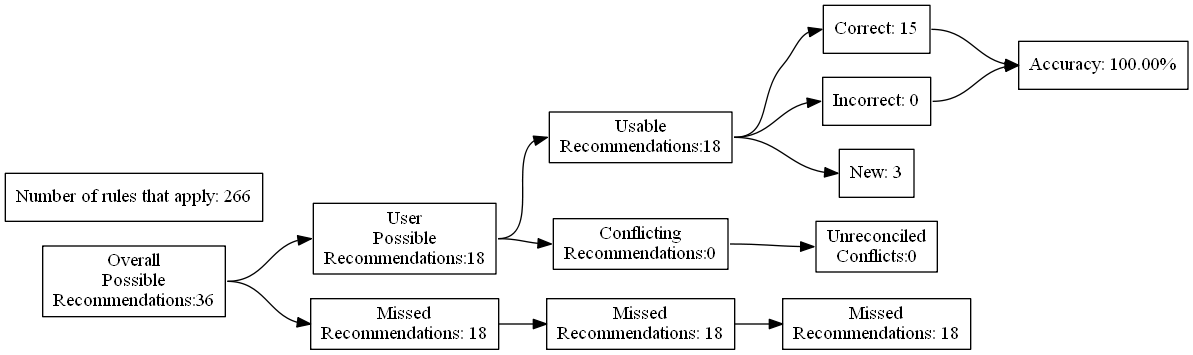
The Graphviz diagram test_renders/56.gv.png in ZaxR/ibd_diet_analysis, before a commit. Its source is kept beside it as test_renders/56.gv.
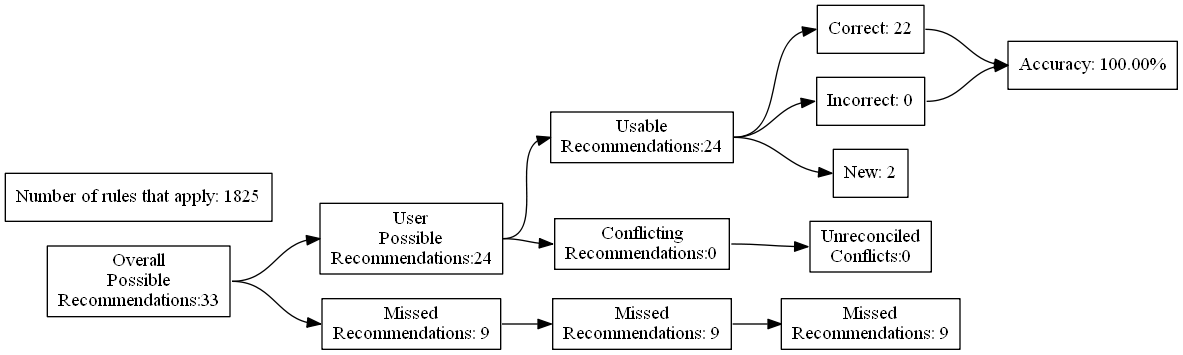
The same diagram one commit later.

Change to the diagram source:
```diff
@@ -4,27 +4,27 @@
 	edge [headport=w tailport=e]
 		A [label="Overall
 Possible
-Recommendations:36"]
+Recommendations:33"]
 		B [label="User
 Possible
-Recommendations:18"]
+Recommendations:24"]
 		C [label="Missed
-Recommendations: 18"]
+Recommendations: 9"]
 		D [label="Usable
-Recommendations:18"]
+Recommendations:24"]
 		E [label="Conflicting
 Recommendations:0"]
 		J [label="Missed
-Recommendations: 18"]
+Recommendations: 9"]
 		M [label="Unreconciled
 Conflicts:0"]
-		F [label="Correct: 15"]
+		F [label="Correct: 22"]
 		G [label="Incorrect: 0"]
-		H [label="New: 3"]
+		H [label="New: 2"]
 		K [label="Missed
-Recommendations: 18"]
+Recommendations: 9"]
 		I [label="Accuracy: 100.00%"]
-		l [label="Number of rules that apply: 266"]
+		l [label="Number of rules that apply: 1825"]
 			A -> B
 			A -> C
 			B -> D
```
